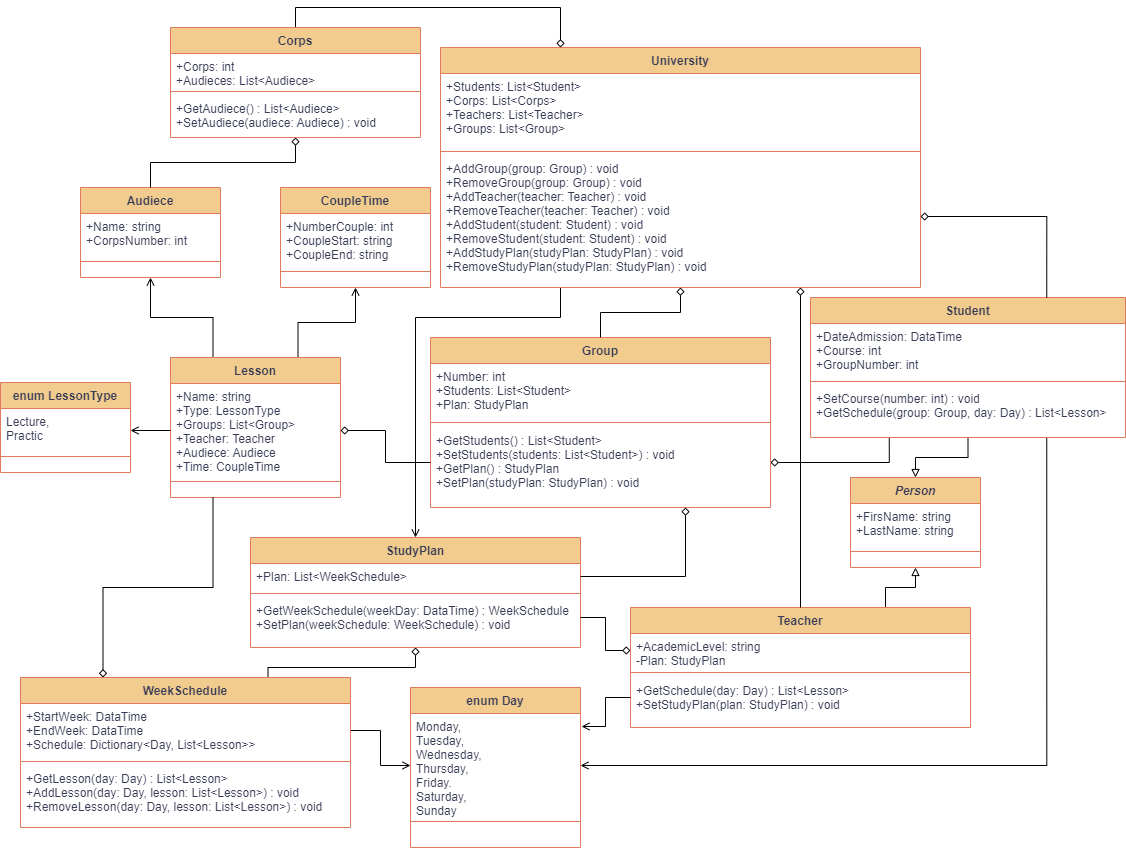
Above: UML/University.png in NoaNine/Foxminded_Task7_2 (draw.io), before the change. Source tidied: cells renumbered, new cells last; positions are measured from the earlier drawing's top-left corner, leaving out a move shared by most shapes.
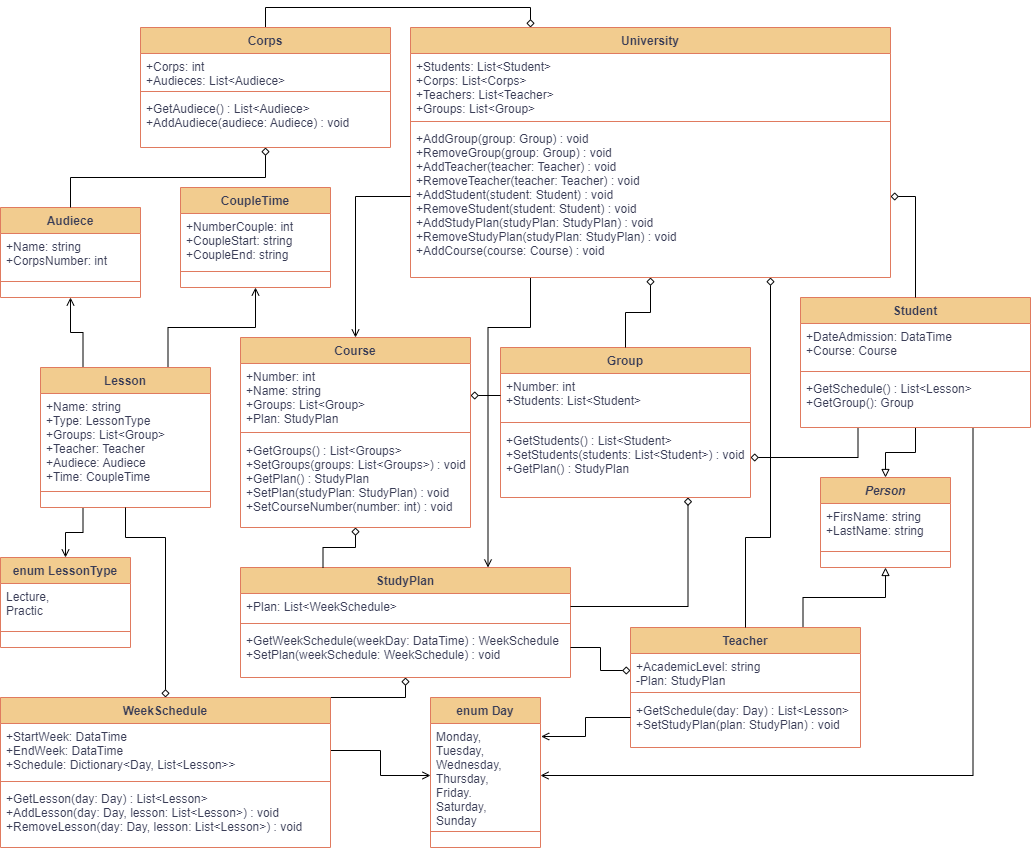
After the change.

Commit message:
Added course class for diagram

The edit, as a diff of the source:
```diff
@@ -8,3 +8,3 @@
     <mxCell id="3" value="StudyPlan" style="swimlane;fontStyle=1;align=center;verticalAlign=top;horizontal=1;startSize=26;rounded=0;shadow=0;strokeWidth=1;labelBackgroundColor=none;fillColor=#F2CC8F;strokeColor=#E07A5F;fontColor=#393C56;" parent="1" vertex="1">
-      <mxGeometry x="250" y="510" width="330" height="110" as="geometry" />
+      <mxGeometry x="270" y="540" width="330" height="110" as="geometry" />
     </mxCell>
@@ -38,12 +38,12 @@
     <mxCell id="13" value="Teacher" style="swimlane;fontStyle=1;align=center;verticalAlign=top;horizontal=1;startSize=26;rounded=0;shadow=0;strokeWidth=1;labelBackgroundColor=none;fillColor=#F2CC8F;strokeColor=#E07A5F;fontColor=#393C56;" parent="1" vertex="1">
-      <mxGeometry x="630" y="580" width="340" height="120" as="geometry" />
+      <mxGeometry x="660" y="600" width="230" height="120" as="geometry" />
     </mxCell>
     <mxCell id="14" value="+AcademicLevel: string&#10;-Plan: StudyPlan" style="text;align=left;verticalAlign=top;spacingLeft=4;spacingRight=4;overflow=hidden;points=[[0,0.5],[1,0.5]];portConstraint=eastwest;labelBackgroundColor=none;fontColor=#393C56;" parent="13" vertex="1">
-      <mxGeometry y="26" width="340" height="34" as="geometry" />
+      <mxGeometry y="26" width="230" height="34" as="geometry" />
     </mxCell>
     <mxCell id="15" style="line;html=1;strokeWidth=1;align=left;verticalAlign=middle;spacingTop=-1;spacingLeft=3;spacingRight=3;labelPosition=right;labelBackgroundColor=none;fillColor=#F2CC8F;strokeColor=#E07A5F;fontColor=#393C56;" parent="13" vertex="1">
-      <mxGeometry y="60" width="340" height="10" as="geometry" />
+      <mxGeometry y="60" width="230" height="10" as="geometry" />
     </mxCell>
     <mxCell id="16" value="+GetSchedule(day: Day) : List&lt;Lesson&gt;&#10;+SetStudyPlan(plan: StudyPlan) : void" style="text;align=left;verticalAlign=top;spacingLeft=4;spacingRight=4;overflow=hidden;points=[[0,0.5],[1,0.5]];portConstraint=eastwest;labelBackgroundColor=none;fontColor=#393C56;" parent="13" vertex="1">
-      <mxGeometry y="70" width="340" height="40" as="geometry" />
+      <mxGeometry y="70" width="230" height="40" as="geometry" />
     </mxCell>
@@ -56,24 +56,24 @@
     <mxCell id="19" value="Group" style="swimlane;fontStyle=1;align=center;verticalAlign=top;horizontal=1;startSize=26;rounded=0;shadow=0;strokeWidth=1;labelBackgroundColor=none;fillColor=#F2CC8F;strokeColor=#E07A5F;fontColor=#393C56;" parent="1" vertex="1">
-      <mxGeometry x="430" y="310" width="340" height="170" as="geometry" />
+      <mxGeometry x="530" y="320" width="250" height="150" as="geometry" />
     </mxCell>
-    <mxCell id="20" value="+Number: int&#10;+Students: List&lt;Student&gt;&#10;+Plan: StudyPlan" style="text;align=left;verticalAlign=top;spacingLeft=4;spacingRight=4;overflow=hidden;points=[[0,0.5],[1,0.5]];portConstraint=eastwest;labelBackgroundColor=none;fontColor=#393C56;" parent="19" vertex="1">
-      <mxGeometry y="26" width="340" height="54" as="geometry" />
+    <mxCell id="20" value="+Number: int&#10;+Students: List&lt;Student&gt;" style="text;align=left;verticalAlign=top;spacingLeft=4;spacingRight=4;overflow=hidden;points=[[0,0.5],[1,0.5]];portConstraint=eastwest;labelBackgroundColor=none;fontColor=#393C56;" parent="19" vertex="1">
+      <mxGeometry y="26" width="250" height="44" as="geometry" />
     </mxCell>
     <mxCell id="21" style="line;html=1;strokeWidth=1;align=left;verticalAlign=middle;spacingTop=-1;spacingLeft=3;spacingRight=3;labelPosition=right;labelBackgroundColor=none;fillColor=#F2CC8F;strokeColor=#E07A5F;fontColor=#393C56;" parent="19" vertex="1">
-      <mxGeometry y="80" width="340" height="10" as="geometry" />
+      <mxGeometry y="70" width="250" height="10" as="geometry" />
     </mxCell>
-    <mxCell id="22" value="+GetStudents() : List&lt;Student&gt;&#10;+SetStudents(students: List&lt;Student&gt;) : void&#10;+GetPlan() : StudyPlan&#10;+SetPlan(studyPlan: StudyPlan) : void&#10;" style="text;align=left;verticalAlign=top;spacingLeft=4;spacingRight=4;overflow=hidden;points=[[0,0.5],[1,0.5]];portConstraint=eastwest;labelBackgroundColor=none;fontColor=#393C56;" parent="19" vertex="1">
-      <mxGeometry y="90" width="340" height="70" as="geometry" />
+    <mxCell id="22" value="+GetStudents() : List&lt;Student&gt;&#10;+SetStudents(students: List&lt;Student&gt;) : void&#10;+GetPlan() : StudyPlan&#10;" style="text;align=left;verticalAlign=top;spacingLeft=4;spacingRight=4;overflow=hidden;points=[[0,0.5],[1,0.5]];portConstraint=eastwest;labelBackgroundColor=none;fontColor=#393C56;" parent="19" vertex="1">
+      <mxGeometry y="80" width="250" height="60" as="geometry" />
     </mxCell>
     <mxCell id="23" value="enum Day" style="swimlane;fontStyle=1;align=center;verticalAlign=top;horizontal=1;startSize=26;rounded=0;shadow=0;strokeWidth=1;labelBackgroundColor=none;fillColor=#F2CC8F;strokeColor=#E07A5F;fontColor=#393C56;" parent="1" vertex="1">
-      <mxGeometry x="410" y="660" width="170" height="160" as="geometry" />
+      <mxGeometry x="460" y="670" width="110" height="150" as="geometry" />
     </mxCell>
     <mxCell id="24" value="Monday, &#10;Tuesday, &#10;Wednesday, &#10;Thursday, &#10;Friday. &#10;Saturday, &#10;Sunday" style="text;align=left;verticalAlign=top;spacingLeft=4;spacingRight=4;overflow=hidden;points=[[0,0.5],[1,0.5]];portConstraint=eastwest;labelBackgroundColor=none;fontColor=#393C56;" parent="23" vertex="1">
-      <mxGeometry y="26" width="170" height="104" as="geometry" />
+      <mxGeometry y="26" width="110" height="104" as="geometry" />
     </mxCell>
     <mxCell id="25" style="line;html=1;strokeWidth=1;align=left;verticalAlign=middle;spacingTop=-1;spacingLeft=3;spacingRight=3;labelPosition=right;labelBackgroundColor=none;fillColor=#F2CC8F;strokeColor=#E07A5F;fontColor=#393C56;" parent="23" vertex="1">
-      <mxGeometry y="130" width="170" height="8" as="geometry" />
+      <mxGeometry y="130" width="110" height="8" as="geometry" />
     </mxCell>
     <mxCell id="26" value=" " style="text;align=left;verticalAlign=top;spacingLeft=4;spacingRight=4;overflow=hidden;fontStyle=0;labelBackgroundColor=none;fontColor=#393C56;" parent="23" vertex="1">
-      <mxGeometry y="138" width="170" height="12" as="geometry" />
+      <mxGeometry y="138" width="110" height="2" as="geometry" />
     </mxCell>
@@ -83,3 +83,3 @@
     <mxCell id="28" value="Audiece" style="swimlane;fontStyle=1;align=center;verticalAlign=top;horizontal=1;startSize=26;rounded=0;shadow=0;strokeWidth=1;labelBackgroundColor=none;fillColor=#F2CC8F;strokeColor=#E07A5F;fontColor=#393C56;" parent="1" vertex="1">
-      <mxGeometry x="80" y="160" width="140" height="90" as="geometry" />
+      <mxGeometry x="30" y="180" width="140" height="90" as="geometry" />
     </mxCell>
@@ -101,9 +101,14 @@
     <mxCell id="34" style="edgeStyle=orthogonalEdgeStyle;rounded=0;jettySize=auto;html=1;exitX=0.75;exitY=1;exitDx=0;exitDy=0;entryX=0.5;entryY=0;entryDx=0;entryDy=0;endArrow=none;endFill=0;startArrow=diamond;startFill=0;" parent="1" edge="1" source="36" target="13">
-      <mxGeometry relative="1" as="geometry" />
+      <mxGeometry relative="1" as="geometry">
+        <Array as="points">
+          <mxPoint x="800" y="510" />
+          <mxPoint x="775" y="510" />
+        </Array>
+      </mxGeometry>
     </mxCell>
-    <mxCell id="35" style="edgeStyle=orthogonalEdgeStyle;rounded=0;jettySize=auto;html=1;exitX=0.25;exitY=1;exitDx=0;exitDy=0;entryX=0.5;entryY=0;entryDx=0;entryDy=0;endArrow=open;endFill=0;" parent="1" edge="1" source="36" target="3">
+    <mxCell id="35" style="edgeStyle=orthogonalEdgeStyle;rounded=0;jettySize=auto;html=1;exitX=0.25;exitY=1;exitDx=0;exitDy=0;entryX=0.75;entryY=0;entryDx=0;entryDy=0;endArrow=open;endFill=0;" parent="1" edge="1" source="36" target="3">
       <mxGeometry relative="1" as="geometry">
         <Array as="points">
-          <mxPoint x="560" y="290" />
-          <mxPoint x="415" y="290" />
+          <mxPoint x="560" y="300" />
+          <mxPoint x="518" y="300" />
         </Array>
@@ -112,12 +117,12 @@
     <mxCell id="36" value="University" style="swimlane;fontStyle=1;align=center;verticalAlign=top;horizontal=1;startSize=26;rounded=0;shadow=0;strokeWidth=1;labelBackgroundColor=none;fillColor=#F2CC8F;strokeColor=#E07A5F;fontColor=#393C56;" parent="1" vertex="1">
-      <mxGeometry x="440" y="20" width="480" height="240" as="geometry" />
+      <mxGeometry x="440" width="480" height="250" as="geometry" />
     </mxCell>
     <mxCell id="37" value="+Students: List&lt;Student&gt;&#10;+Corps: List&lt;Corps&gt;&#10;+Teachers: List&lt;Teacher&gt;&#10;+Groups: List&lt;Group&gt;" style="text;align=left;verticalAlign=top;spacingLeft=4;spacingRight=4;overflow=hidden;labelBackgroundColor=none;fontColor=#393C56;" parent="36" vertex="1">
-      <mxGeometry y="26" width="480" height="74" as="geometry" />
+      <mxGeometry y="26" width="480" height="64" as="geometry" />
     </mxCell>
     <mxCell id="38" style="line;html=1;strokeWidth=1;align=left;verticalAlign=middle;spacingTop=-1;spacingLeft=3;spacingRight=3;labelPosition=right;labelBackgroundColor=none;fillColor=#F2CC8F;strokeColor=#E07A5F;fontColor=#393C56;" parent="36" vertex="1">
-      <mxGeometry y="100" width="480" height="8" as="geometry" />
+      <mxGeometry y="90" width="480" height="8" as="geometry" />
     </mxCell>
-    <mxCell id="39" value="+AddGroup(group: Group) : void&#10;+RemoveGroup(group: Group) : void&#10;+AddTeacher(teacher: Teacher) : void&#10;+RemoveTeacher(teacher: Teacher) : void&#10;+AddStudent(student: Student) : void&#10;+RemoveStudent(student: Student) : void&#10;+AddStudyPlan(studyPlan: StudyPlan) : void&#10;+RemoveStudyPlan(studyPlan: StudyPlan) : void" style="text;align=left;verticalAlign=top;spacingLeft=4;spacingRight=4;overflow=hidden;points=[[0,0.5],[1,0.5]];portConstraint=eastwest;labelBackgroundColor=none;fontColor=#393C56;" parent="36" vertex="1">
-      <mxGeometry y="108" width="480" height="122" as="geometry" />
+    <mxCell id="39" value="+AddGroup(group: Group) : void&#10;+RemoveGroup(group: Group) : void&#10;+AddTeacher(teacher: Teacher) : void&#10;+RemoveTeacher(teacher: Teacher) : void&#10;+AddStudent(student: Student) : void&#10;+RemoveStudent(student: Student) : void&#10;+AddStudyPlan(studyPlan: StudyPlan) : void&#10;+RemoveStudyPlan(studyPlan: StudyPlan) : void&#10;+AddCourse(course: Course) : void" style="text;align=left;verticalAlign=top;spacingLeft=4;spacingRight=4;overflow=hidden;points=[[0,0.5],[1,0.5]];portConstraint=eastwest;labelBackgroundColor=none;fontColor=#393C56;" parent="36" vertex="1">
+      <mxGeometry y="98" width="480" height="142" as="geometry" />
     </mxCell>
@@ -127,3 +132,3 @@
     <mxCell id="41" value="CoupleTime" style="swimlane;fontStyle=1;align=center;verticalAlign=top;horizontal=1;startSize=26;rounded=0;shadow=0;strokeWidth=1;labelBackgroundColor=none;fillColor=#F2CC8F;strokeColor=#E07A5F;fontColor=#393C56;" parent="1" vertex="1">
-      <mxGeometry x="280" y="160" width="150" height="100" as="geometry" />
+      <mxGeometry x="210" y="160" width="150" height="100" as="geometry" />
     </mxCell>
@@ -148,15 +153,18 @@
     <mxCell id="48" value="Student" style="swimlane;fontStyle=1;align=center;verticalAlign=top;horizontal=1;startSize=26;rounded=0;shadow=0;strokeWidth=1;labelBackgroundColor=none;fillColor=#F2CC8F;strokeColor=#E07A5F;fontColor=#393C56;" parent="1" vertex="1">
-      <mxGeometry x="810" y="270" width="315" height="140" as="geometry" />
+      <mxGeometry x="830" y="270" width="230" height="130" as="geometry" />
     </mxCell>
-    <mxCell id="49" value="+DateAdmission: DataTime&#10;+Course: int&#10;+GroupNumber: int" style="text;align=left;verticalAlign=top;spacingLeft=4;spacingRight=4;overflow=hidden;labelBackgroundColor=none;fontColor=#393C56;" parent="48" vertex="1">
-      <mxGeometry y="26" width="315" height="54" as="geometry" />
+    <mxCell id="49" value="+DateAdmission: DataTime&#10;+Course: Course" style="text;align=left;verticalAlign=top;spacingLeft=4;spacingRight=4;overflow=hidden;labelBackgroundColor=none;fontColor=#393C56;" parent="48" vertex="1">
+      <mxGeometry y="26" width="230" height="44" as="geometry" />
     </mxCell>
     <mxCell id="50" style="line;html=1;strokeWidth=1;align=left;verticalAlign=middle;spacingTop=-1;spacingLeft=3;spacingRight=3;labelPosition=right;labelBackgroundColor=none;fillColor=#F2CC8F;strokeColor=#E07A5F;fontColor=#393C56;" parent="48" vertex="1">
-      <mxGeometry y="80" width="315" height="8" as="geometry" />
+      <mxGeometry y="70" width="230" height="8" as="geometry" />
     </mxCell>
-    <mxCell id="51" value="+SetCourse(number: int) : void&#10;+GetSchedule(group: Group, day: Day) : List&lt;Lesson&gt;" style="text;align=left;verticalAlign=top;spacingLeft=4;spacingRight=4;overflow=hidden;labelBackgroundColor=none;fontColor=#393C56;" parent="48" vertex="1">
-      <mxGeometry y="88" width="315" height="42" as="geometry" />
+    <mxCell id="51" value="+GetSchedule() : List&lt;Lesson&gt;&#10;+GetGroup(): Group" style="text;align=left;verticalAlign=top;spacingLeft=4;spacingRight=4;overflow=hidden;labelBackgroundColor=none;fontColor=#393C56;" parent="48" vertex="1">
+      <mxGeometry y="78" width="230" height="42" as="geometry" />
     </mxCell>
+    <mxCell id="74" style="edgeStyle=orthogonalEdgeStyle;rounded=0;jettySize=auto;html=1;exitX=0.25;exitY=1;exitDx=0;exitDy=0;endArrow=open;endFill=0;" parent="1" edge="1" source="52" target="68">
+      <mxGeometry relative="1" as="geometry" />
+    </mxCell>
     <mxCell id="52" value="Lesson" style="swimlane;fontStyle=1;align=center;verticalAlign=top;horizontal=1;startSize=26;rounded=0;shadow=0;strokeWidth=1;labelBackgroundColor=none;fillColor=#F2CC8F;strokeColor=#E07A5F;fontColor=#393C56;" parent="1" vertex="1">
-      <mxGeometry x="170" y="330" width="170" height="140" as="geometry" />
+      <mxGeometry x="70" y="340" width="170" height="140" as="geometry" />
     </mxCell>
@@ -175,3 +183,3 @@
     <mxCell id="57" value="Corps" style="swimlane;fontStyle=1;align=center;verticalAlign=top;horizontal=1;startSize=26;rounded=0;shadow=0;strokeWidth=1;labelBackgroundColor=none;fillColor=#F2CC8F;strokeColor=#E07A5F;fontColor=#393C56;" parent="1" vertex="1">
-      <mxGeometry x="170" width="250" height="110" as="geometry" />
+      <mxGeometry x="170" width="250" height="120" as="geometry" />
     </mxCell>
@@ -183,16 +191,15 @@
     </mxCell>
-    <mxCell id="60" value="+GetAudiece() : List&lt;Audiece&gt;&#10;+SetAudiece(audiece: Audiece) : void" style="text;align=left;verticalAlign=top;spacingLeft=4;spacingRight=4;overflow=hidden;labelBackgroundColor=none;fontColor=#393C56;" parent="57" vertex="1">
-      <mxGeometry y="68" width="250" height="30" as="geometry" />
+    <mxCell id="60" value="+GetAudiece() : List&lt;Audiece&gt;&#10;+AddAudiece(audiece: Audiece) : void" style="text;align=left;verticalAlign=top;spacingLeft=4;spacingRight=4;overflow=hidden;labelBackgroundColor=none;fontColor=#393C56;" parent="57" vertex="1">
+      <mxGeometry y="68" width="250" height="42" as="geometry" />
     </mxCell>
-    <mxCell id="61" style="edgeStyle=orthogonalEdgeStyle;rounded=0;jettySize=auto;html=1;exitX=1;exitY=0.5;exitDx=0;exitDy=0;entryX=0;entryY=0.5;entryDx=0;entryDy=0;endArrow=none;endFill=0;startArrow=diamond;startFill=0;" parent="1" edge="1" source="53" target="22">
-      <mxGeometry relative="1" as="geometry" />
-    </mxCell>
-    <mxCell id="62" style="edgeStyle=orthogonalEdgeStyle;rounded=0;jettySize=auto;html=1;exitX=1;exitY=0.5;exitDx=0;exitDy=0;entryX=0.75;entryY=0;entryDx=0;entryDy=0;endArrow=none;endFill=0;startArrow=diamond;startFill=0;" parent="1" edge="1" source="39" target="48">
-      <mxGeometry relative="1" as="geometry" />
-    </mxCell>
-    <mxCell id="63" style="edgeStyle=orthogonalEdgeStyle;rounded=0;jettySize=auto;html=1;exitX=0.25;exitY=0;exitDx=0;exitDy=0;entryX=0.25;entryY=1;entryDx=0;entryDy=0;startArrow=diamond;startFill=0;endArrow=none;endFill=0;" parent="1" edge="1" source="64" target="52">
-      <mxGeometry relative="1" as="geometry" />
+    <mxCell id="63" style="edgeStyle=orthogonalEdgeStyle;rounded=0;jettySize=auto;html=1;exitX=0.5;exitY=0;exitDx=0;exitDy=0;startArrow=diamond;startFill=0;endArrow=none;endFill=0;entryX=0.5;entryY=1;entryDx=0;entryDy=0;" parent="1" edge="1" source="64" target="52">
+      <mxGeometry relative="1" as="geometry">
+        <Array as="points">
+          <mxPoint x="195" y="510" />
+          <mxPoint x="155" y="510" />
+        </Array>
+      </mxGeometry>
     </mxCell>
     <mxCell id="64" value="WeekSchedule" style="swimlane;fontStyle=1;align=center;verticalAlign=top;horizontal=1;startSize=26;rounded=0;shadow=0;strokeWidth=1;labelBackgroundColor=none;fillColor=#F2CC8F;strokeColor=#E07A5F;fontColor=#393C56;" parent="1" vertex="1">
-      <mxGeometry x="20" y="650" width="330" height="150" as="geometry" />
+      <mxGeometry x="30" y="670" width="330" height="150" as="geometry" />
     </mxCell>
@@ -208,3 +215,3 @@
     <mxCell id="68" value="enum LessonType" style="swimlane;fontStyle=1;align=center;verticalAlign=top;horizontal=1;startSize=26;rounded=0;shadow=0;strokeWidth=1;labelBackgroundColor=none;fillColor=#F2CC8F;strokeColor=#E07A5F;fontColor=#393C56;" parent="1" vertex="1">
-      <mxGeometry y="355" width="130" height="90" as="geometry" />
+      <mxGeometry x="30" y="530" width="130" height="90" as="geometry" />
     </mxCell>
@@ -219,5 +226,2 @@
     </mxCell>
-    <mxCell id="72" style="edgeStyle=orthogonalEdgeStyle;rounded=0;jettySize=auto;html=1;exitX=0;exitY=0.5;exitDx=0;exitDy=0;entryX=1;entryY=0.5;entryDx=0;entryDy=0;endArrow=open;endFill=0;" parent="1" edge="1" source="53" target="69">
-      <mxGeometry relative="1" as="geometry" />
-    </mxCell>
     <mxCell id="73" style="edgeStyle=orthogonalEdgeStyle;rounded=0;jettySize=auto;html=1;exitX=0;exitY=0.5;exitDx=0;exitDy=0;entryX=1.006;entryY=0.125;entryDx=0;entryDy=0;entryPerimeter=0;endArrow=open;endFill=0;" parent="1" edge="1" source="16" target="24">
@@ -225,2 +229,26 @@
     </mxCell>
+    <mxCell id="62" style="edgeStyle=orthogonalEdgeStyle;rounded=0;jettySize=auto;html=1;exitX=1;exitY=0.5;exitDx=0;exitDy=0;endArrow=none;endFill=0;startArrow=diamond;startFill=0;" parent="1" edge="1" source="39" target="48">
+      <mxGeometry relative="1" as="geometry" />
+    </mxCell>
+    <mxCell id="75" style="edgeStyle=orthogonalEdgeStyle;rounded=0;jettySize=auto;html=1;exitX=0.5;exitY=1;exitDx=0;exitDy=0;entryX=0.25;entryY=0;entryDx=0;entryDy=0;endArrow=none;endFill=0;startArrow=diamond;startFill=0;" parent="1" edge="1" source="76" target="3">
+      <mxGeometry relative="1" as="geometry" />
+    </mxCell>
+    <mxCell id="76" value="Course" style="swimlane;fontStyle=1;align=center;verticalAlign=top;horizontal=1;startSize=26;rounded=0;shadow=0;strokeWidth=1;labelBackgroundColor=none;fillColor=#F2CC8F;strokeColor=#E07A5F;fontColor=#393C56;" parent="1" vertex="1">
+      <mxGeometry x="270" y="310" width="230" height="190" as="geometry" />
+    </mxCell>
+    <mxCell id="77" value="+Number: int&#10;+Name: string&#10;+Groups: List&lt;Group&gt;&#10;+Plan: StudyPlan" style="text;align=left;verticalAlign=top;spacingLeft=4;spacingRight=4;overflow=hidden;points=[[0,0.5],[1,0.5]];portConstraint=eastwest;labelBackgroundColor=none;fontColor=#393C56;" parent="76" vertex="1">
+      <mxGeometry y="26" width="230" height="64" as="geometry" />
+    </mxCell>
+    <mxCell id="78" style="line;html=1;strokeWidth=1;align=left;verticalAlign=middle;spacingTop=-1;spacingLeft=3;spacingRight=3;labelPosition=right;labelBackgroundColor=none;fillColor=#F2CC8F;strokeColor=#E07A5F;fontColor=#393C56;" parent="76" vertex="1">
+      <mxGeometry y="90" width="230" height="10" as="geometry" />
+    </mxCell>
+    <mxCell id="79" value="+GetGroups() : List&lt;Groups&gt;&#10;+SetGroups(groups: List&lt;Groups&gt;) : void&#10;+GetPlan() : StudyPlan&#10;+SetPlan(studyPlan: StudyPlan) : void&#10;+SetCourseNumber(number: int) : void" style="text;align=left;verticalAlign=top;spacingLeft=4;spacingRight=4;overflow=hidden;labelBackgroundColor=none;fontColor=#393C56;" parent="76" vertex="1">
+      <mxGeometry y="100" width="230" height="80" as="geometry" />
+    </mxCell>
+    <mxCell id="80" style="edgeStyle=orthogonalEdgeStyle;rounded=0;jettySize=auto;html=1;exitX=0;exitY=0.5;exitDx=0;exitDy=0;endArrow=open;endFill=0;" parent="1" edge="1" source="39" target="76">
+      <mxGeometry relative="1" as="geometry" />
+    </mxCell>
+    <mxCell id="81" style="edgeStyle=orthogonalEdgeStyle;rounded=0;jettySize=auto;html=1;exitX=0;exitY=0.5;exitDx=0;exitDy=0;entryX=1;entryY=0.5;entryDx=0;entryDy=0;endArrow=diamond;endFill=0;" parent="1" edge="1" source="20" target="77">
+      <mxGeometry relative="1" as="geometry" />
+    </mxCell>
   </root>
```
